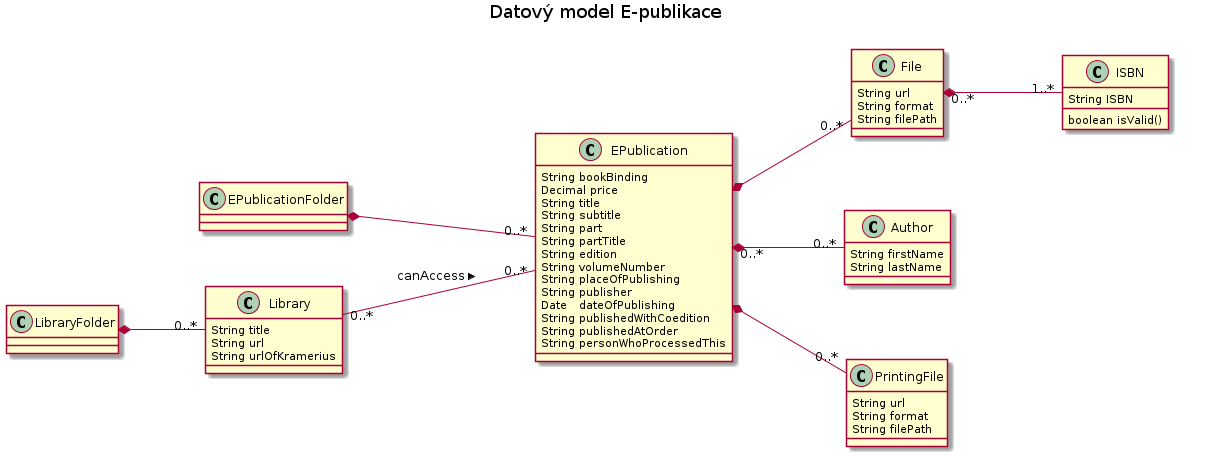
edeposit/edeposit.policy keeps this PlantUML diagram as docs/dm01.png. Above is the earlier version.
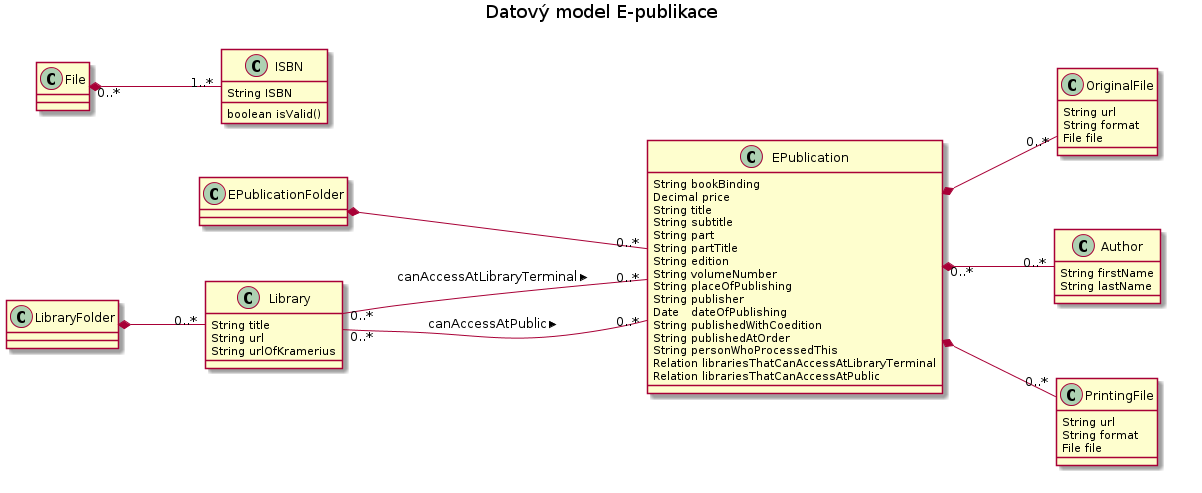
After the commit.

What changed in the source:
```diff
@@ -14,10 +14,10 @@
       boolean isValid()
 }
 
-class File {
+class OriginalFile {
       String url
       String format
-      String filePath
+      File file
 }
 
 class Author {
@@ -28,7 +28,7 @@
 class PrintingFile {
       String url
       String format
-      String filePath
+      File file
 }
 
 class EPublication {
@@ -46,6 +46,8 @@
       String publishedWithCoedition
       String publishedAtOrder
       String personWhoProcessedThis
+      Relation librariesThatCanAccessAtLibraryTerminal
+      Relation librariesThatCanAccessAtPublic
 }
 
 class EPublicationFolder {
@@ -55,8 +57,9 @@
 class LibraryFolder {
 }
 
-Library "0..*" -- "0..*" EPublication: canAccess >
-EPublication *-- "0..*" File
+Library "0..*" -- "0..*" EPublication: canAccessAtLibraryTerminal >
+Library "0..*" -- "0..*" EPublication: canAccessAtPublic >
+EPublication *-- "0..*" OriginalFile
 EPublication *-- "0..*" PrintingFile
 EPublication "0..*" *-- "0..*" Author
 File "0..*" *-- "1..*" ISBN
```
